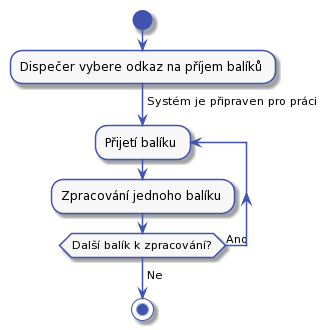
Earlier version of the PlantUML export diagrams/out/uc-21-activity-1.png (Internet-Handel/postman).
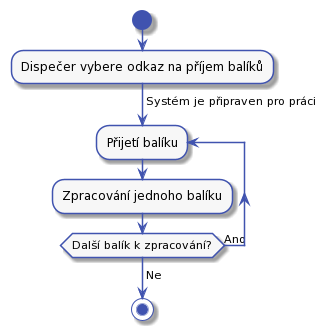
Above is the later version.

What changed in the source:
```diff
@@ -1,62 +1,65 @@
 @startuml
+!$col1 = "#F7F7F7"
 
+!$col2 = "#CDDDFF"
 
+!$col4 = "#4053AF"
 
 skinparam activity {
-    BorderColor #4053AF
-    ArrowColor #4053AF
+    BorderColor $col4
+    ArrowColor $col4
     FontName Roboto
-    BackgroundColor #F7F7F7
-    StartColor #4053AF
-    EndColor #4053AF
+    BackgroundColor $col1
+    StartColor $col4
+    EndColor $col4
 }
 
 skinparam activityDiamond {
-    BorderColor #4053AF
-    ArrowColor #4053AF
+    BorderColor $col4
+    ArrowColor $col4
     FontName Roboto
-    BackgroundColor #F7F7F7
+    BackgroundColor $col1
 }
 
 skinparam actor {
-    BorderColor #4053AF
-    ArrowColor #4053AF
+    BorderColor $col4
+    ArrowColor $col4
     FontName Roboto
-    BackgroundColor #F7F7F7
+    BackgroundColor $col1
 }
 
 skinparam useCase {
-    BorderColor #4053AF
-    ArrowColor #4053AF
+    BorderColor $col4
+    ArrowColor $col4
     FontName Roboto
-    BackgroundColor #F7F7F7
+    BackgroundColor $col1
 }
 
 skinparam state {
-    BorderColor #4053AF
-    ArrowColor #4053AF
+    BorderColor $col4
+    ArrowColor $col4
     FontName Roboto
-    BackgroundColor #F7F7F7
+    BackgroundColor $col1
 }
 
 skinparam sequence {
-    ParticipantBorderColor #4053AF
-    ParticipantBackgroundColor #F7F7F7
+    ParticipantBorderColor $col4
+    ParticipantBackgroundColor $col1
 }
 
 skinparam note {
-    BorderColor #4053AF
-    BackgroundColor #F7F7F7
+    BorderColor $col4
+    BackgroundColor $col1
 }
 
 skinparam object {
-    BorderColor #4053AF
-    BackgroundColor #F7F7F7
+    BorderColor $col4
+    BackgroundColor $col1
 }
 
 skinparam class {
-    BorderColor #4053AF
-    BackgroundColor #F7F7F7
+    BorderColor $col4
+    BackgroundColor $col1
 }
 
 start
```
